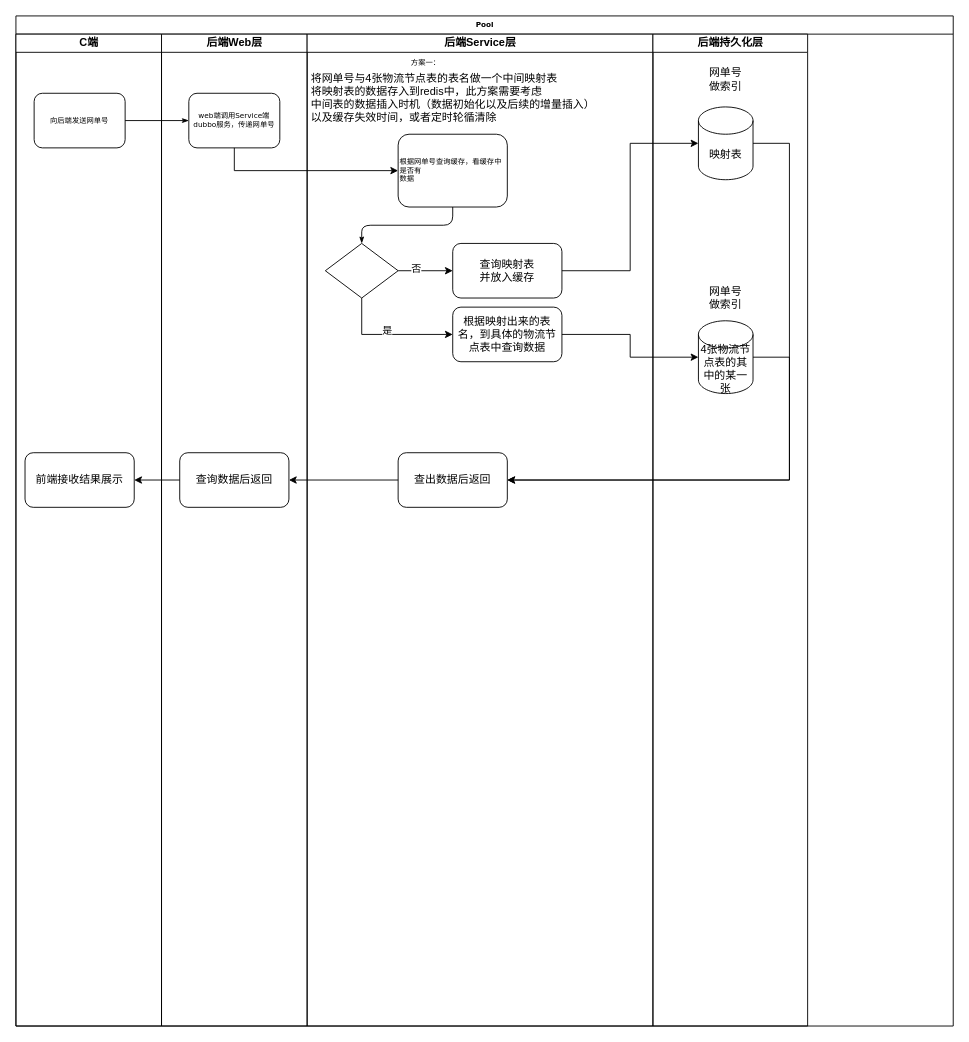
The draw.io diagram shop/Untitled Diagram.drawio in pin062788/workflow-picture, before the edit. Source tidied: cells renumbered, new cells numbered last; positions are measured from the earlier drawing's top-left corner, leaving out a move shared by most shapes. Both pictures are drawn from the tidied source at 91%, with x=0, y=0 at pixel (15, 15).
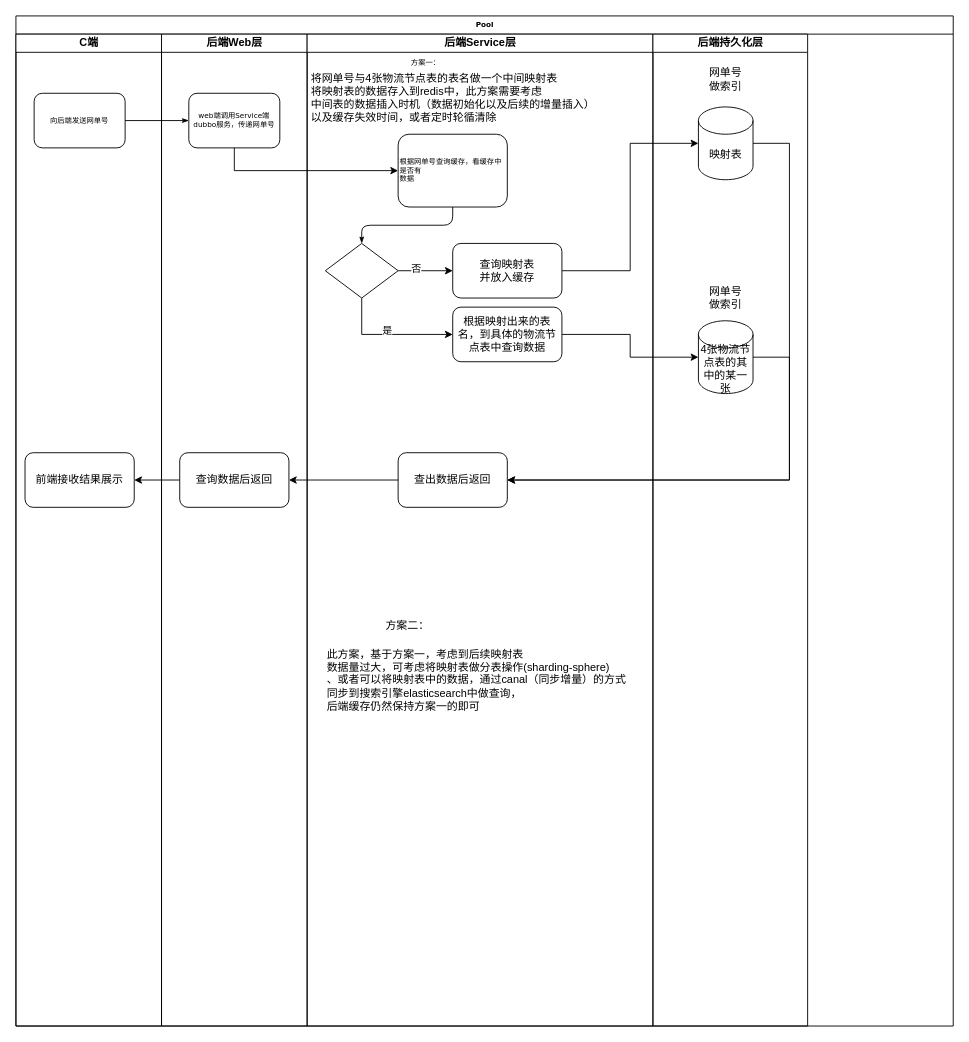
Above is the later version.

Commit message:
增加方案2的说明

The change refers to these unchanged cells:
```xml
<mxCell id="10" value="后端Service层" style="swimlane;html=1;startSize=20;" parent="2" vertex="1">
  <mxGeometry x="320" y="20" width="380" height="1090" as="geometry" />
</mxCell>
```

The edit, as a diff of the source:
```diff
@@
+    <mxCell id="35" value="此方案，基于方案一，考虑到后续映射表&lt;br&gt;数据量过大，可考虑将映射表做分表操作(sharding-sphere)&lt;br&gt;、或者可以将映射表中的数据，通过canal（同步增量）的方式&lt;br&gt;同步到搜索引擎elasticsearch中做查询，&lt;br&gt;后端缓存仍然保持方案一的即可" style="text;html=1;align=left;verticalAlign=middle;strokeColor=none;" parent="10" vertex="1">
+      <mxGeometry x="20" y="670" width="340" height="80" as="geometry" />
+    </mxCell>
@@
+    <mxCell id="36" value="方案二：" style="text;html=1;align=center;verticalAlign=middle;strokeColor=none;" parent="1" vertex="1">
+      <mxGeometry x="400" y="660" width="60" height="20" as="geometry" />
+    </mxCell>
```
